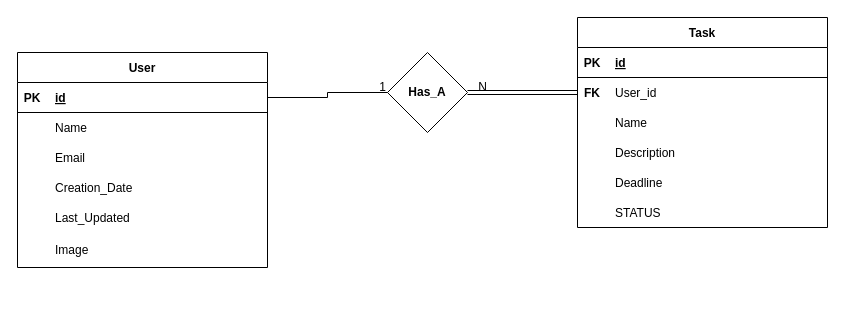
Above: DataBase design.drawio in Khalil3Amer/TODO (draw.io), before the change. Source tidied: cells renumbered, new cells numbered last; positions are measured from the earlier drawing's top-left corner, leaving out a move shared by most shapes. Both pictures are drawn from the tidied source at 100%, with x=0, y=0 at pixel (17, 17).
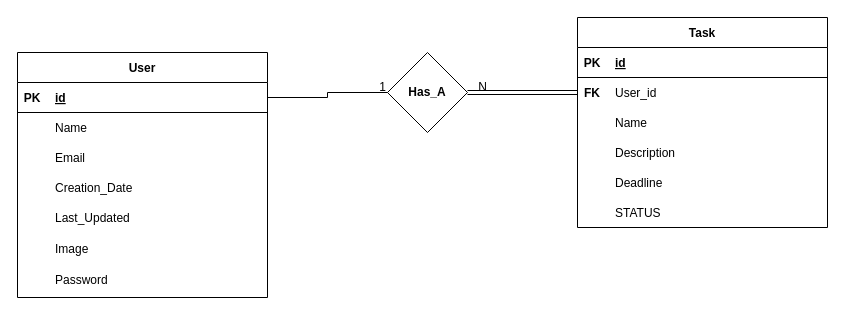
The same diagram, later.

Commit message:
Added Password field

The edit, as a diff of the source:
```diff
@@
     <mxCell id="2" value="User" style="shape=table;startSize=30;childLayout=tableLayout;rowLines=0;fontStyle=1;align=center;columnLines=0;" parent="1" vertex="1">
-      <mxGeometry y="35" width="250" height="215" as="geometry" />
+      <mxGeometry y="35" width="250" height="245" as="geometry" />
     </mxCell>
@@
     <mxCell id="15" value="Image" style="shape=partialRectangle;fillColor=none;top=0;left=0;bottom=0;right=0;align=left;spacingLeft=6;overflow=hidden;" parent="1" vertex="1">
-      <mxGeometry x="30" y="217" width="220" height="30" as="geometry" />
+      <mxGeometry x="30" y="216" width="220" height="30" as="geometry" />
     </mxCell>
@@
+    <mxCell id="37" value="Password" style="shape=partialRectangle;fillColor=none;top=0;left=0;bottom=0;right=0;align=left;spacingLeft=6;overflow=hidden;" parent="1" vertex="1">
+      <mxGeometry x="30" y="247" width="220" height="30" as="geometry" />
+    </mxCell>
```
